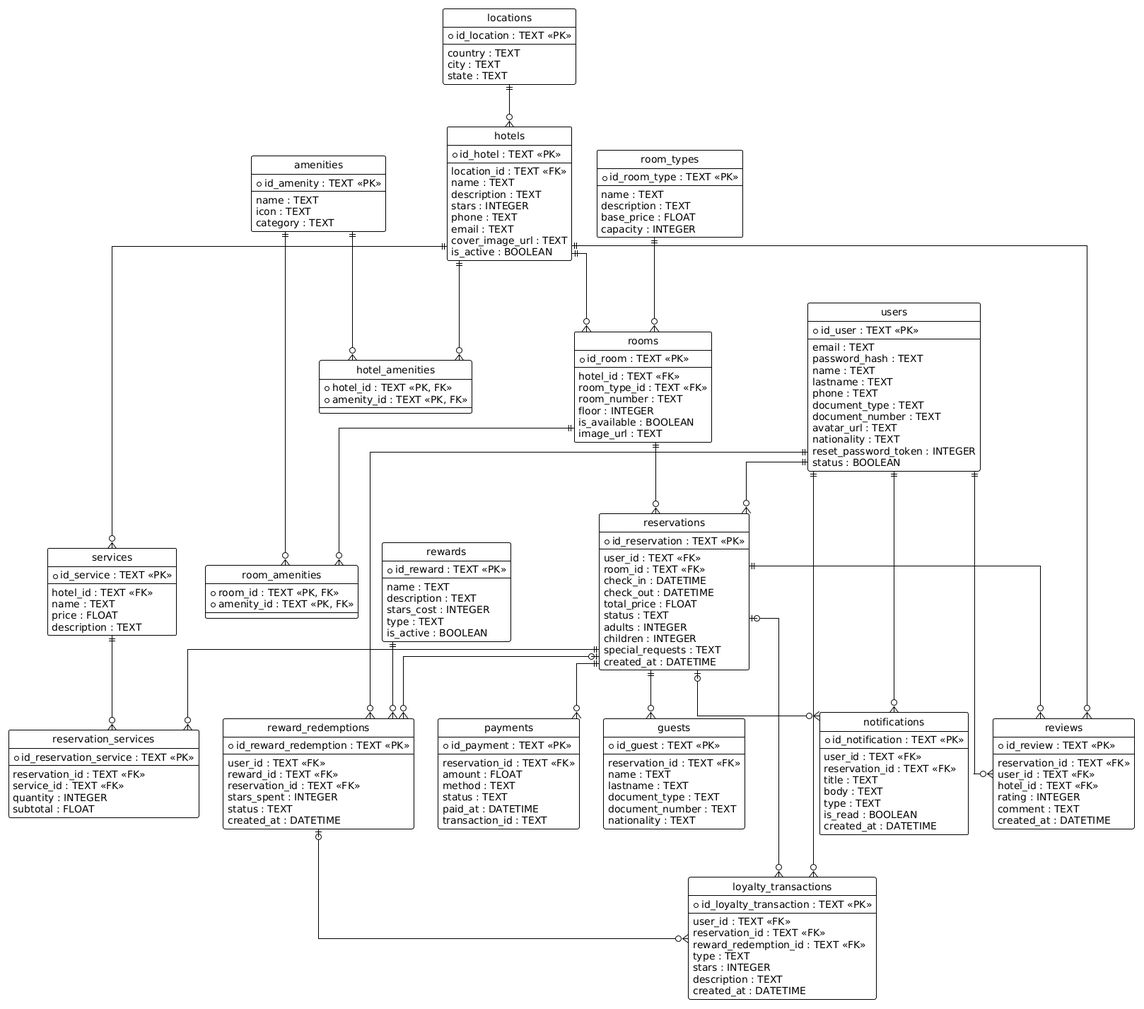
Walturx/ProyectoPrograMovil keeps this PlantUML diagram as docs_images/diagrams/Diagrama_de_clases.png. Above is the earlier version.
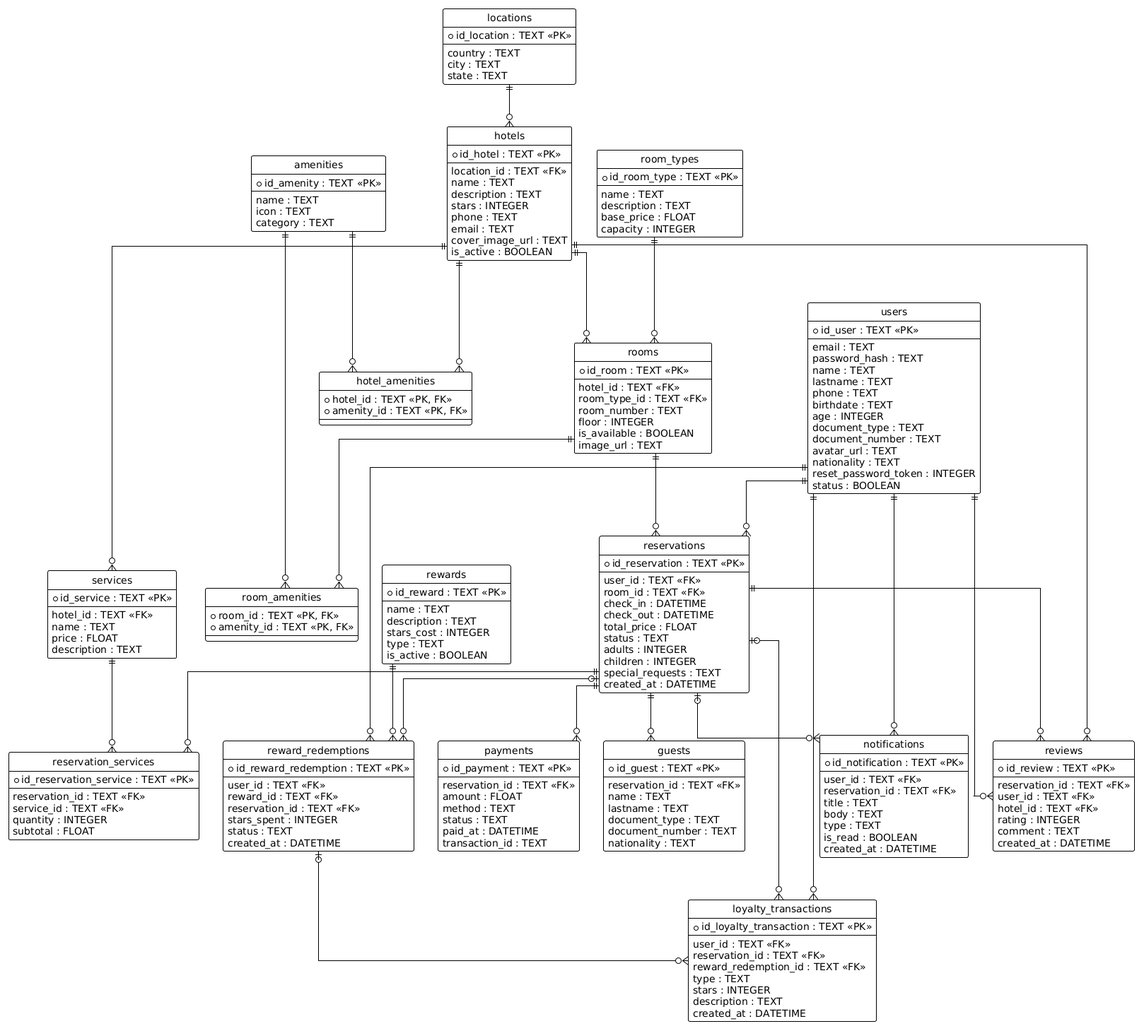
Above is the later version.

The edit, as a diff of the source:
```diff
@@ -52,6 +52,8 @@
   name : TEXT
   lastname : TEXT
   phone : TEXT
+  birthdate : TEXT
+  age : INTEGER
   document_type : TEXT
   document_number : TEXT
   avatar_url : TEXT
```
